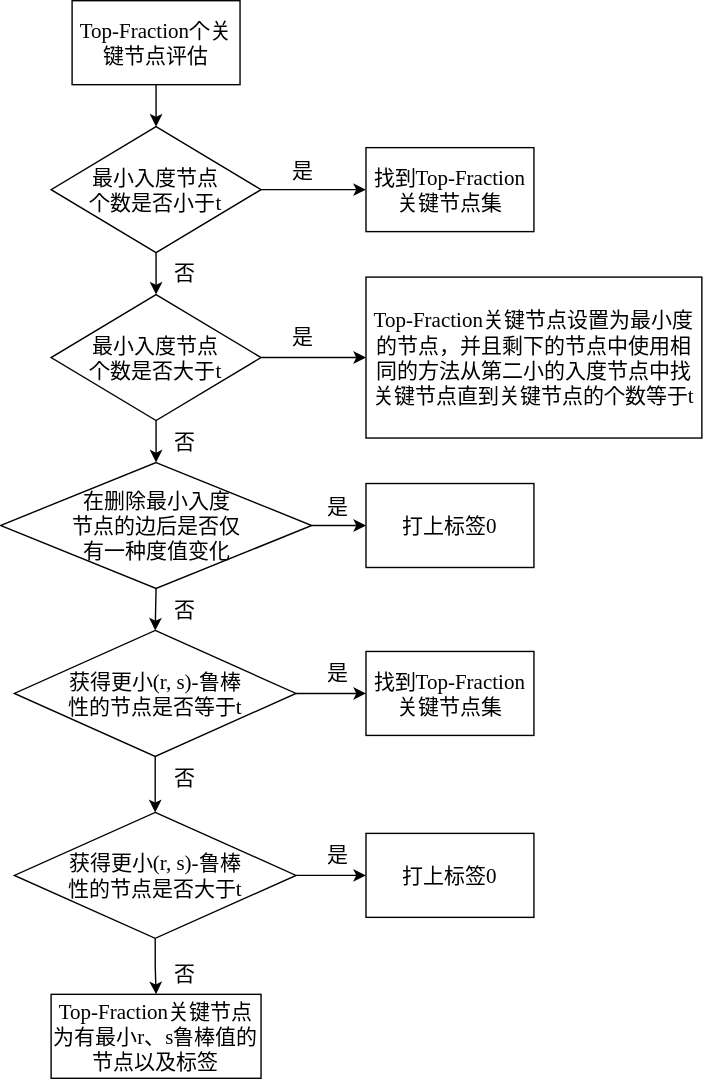
Before: test.drawio.svg, a diagram exported from draw.io (yxrya/paper). Source tidied: cells renumbered, new cells last; positions are measured from the earlier drawing's top-left corner, leaving out a move shared by most shapes.
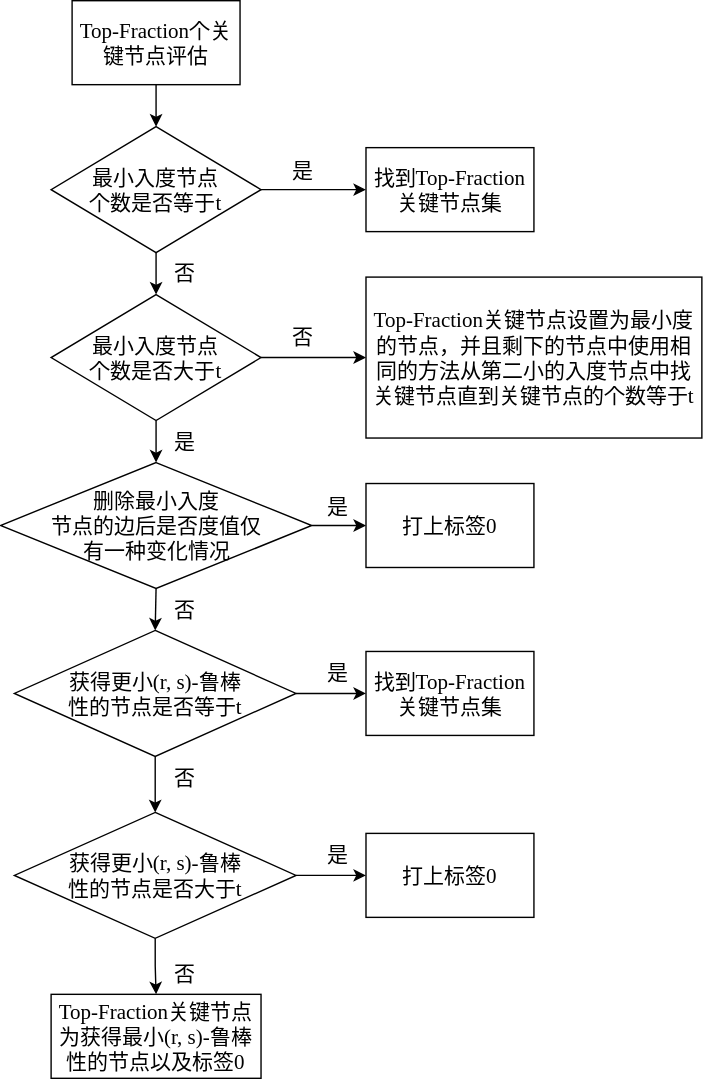
The same file after the commit.

The edit, as a diff of the source:
```diff
@@ -14,7 +14,7 @@
     <mxCell id="5" style="edgeStyle=orthogonalEdgeStyle;rounded=0;jettySize=auto;html=1;exitX=0.5;exitY=1;exitDx=0;exitDy=0;entryX=0.5;entryY=0;entryDx=0;entryDy=0;fontFamily=Times New Roman;fontSize=15;" parent="1" edge="1" source="6" target="11">
       <mxGeometry relative="1" as="geometry" />
     </mxCell>
-    <mxCell id="6" value="最小入度节点&lt;br&gt;个数是否小于t" style="rhombus;whiteSpace=wrap;html=1;fontFamily=Times New Roman;fontSize=15;" parent="1" vertex="1">
+    <mxCell id="6" value="最小入度节点&lt;br&gt;个数是否等于t" style="rhombus;whiteSpace=wrap;html=1;fontFamily=Times New Roman;fontSize=15;" parent="1" vertex="1">
       <mxGeometry x="36" y="90" width="150" height="90" as="geometry" />
     </mxCell>
     <mxCell id="7" value="&lt;font face=&quot;Times New Roman&quot;&gt;&lt;span style=&quot;font-size: 15px;&quot;&gt;找到Top-Fraction关键节点集&lt;/span&gt;&lt;/font&gt;" style="rounded=0;whiteSpace=wrap;html=1;" parent="1" vertex="1">
@@ -43,7 +43,7 @@
     <mxCell id="14" style="edgeStyle=orthogonalEdgeStyle;rounded=0;jettySize=auto;html=1;exitX=0.5;exitY=1;exitDx=0;exitDy=0;entryX=0.5;entryY=0;entryDx=0;entryDy=0;fontFamily=Times New Roman;fontSize=15;" parent="1" edge="1" source="15" target="21">
       <mxGeometry relative="1" as="geometry" />
     </mxCell>
-    <mxCell id="15" value="在删除最小入度&lt;br&gt;节点的边后是否仅&lt;br&gt;有一种度值变化" style="rhombus;whiteSpace=wrap;html=1;fontFamily=Times New Roman;fontSize=15;" parent="1" vertex="1">
+    <mxCell id="15" value="删除最小入度&lt;br&gt;节点的边后是否度值仅&lt;br&gt;有一种变化情况" style="rhombus;whiteSpace=wrap;html=1;fontFamily=Times New Roman;fontSize=15;" parent="1" vertex="1">
       <mxGeometry x="-0.2" y="330" width="222.5" height="90" as="geometry" />
     </mxCell>
     <mxCell id="16" value="是" style="text;html=1;strokeColor=none;fillColor=none;align=center;verticalAlign=middle;whiteSpace=wrap;rounded=0;fontFamily=Times New Roman;fontSize=15;" parent="1" vertex="1">
@@ -52,7 +52,7 @@
     <mxCell id="17" value="&lt;font face=&quot;Times New Roman&quot;&gt;&lt;span style=&quot;font-size: 15px;&quot;&gt;Top-Fraction关键节点设置为最小度的节点，并且剩下的节点中使用相同的方法从第二小的入度节点中找关键节点直到关键节点的个数等于t&lt;/span&gt;&lt;/font&gt;" style="rounded=0;whiteSpace=wrap;html=1;" parent="1" vertex="1">
       <mxGeometry x="261" y="197.5" width="240" height="115" as="geometry" />
     </mxCell>
-    <mxCell id="18" value="是" style="text;html=1;strokeColor=none;fillColor=none;align=center;verticalAlign=middle;whiteSpace=wrap;rounded=0;fontFamily=Times New Roman;fontSize=15;" parent="1" vertex="1">
+    <mxCell id="18" value="否" style="text;html=1;strokeColor=none;fillColor=none;align=center;verticalAlign=middle;whiteSpace=wrap;rounded=0;fontFamily=Times New Roman;fontSize=15;" parent="1" vertex="1">
       <mxGeometry x="186" y="225" width="60" height="30" as="geometry" />
     </mxCell>
     <mxCell id="19" style="edgeStyle=orthogonalEdgeStyle;rounded=0;jettySize=auto;html=1;exitX=1;exitY=0.5;exitDx=0;exitDy=0;fontFamily=Times New Roman;fontSize=15;" parent="1" edge="1" source="21">
@@ -69,7 +69,7 @@
     <mxCell id="22" value="是" style="text;html=1;strokeColor=none;fillColor=none;align=center;verticalAlign=middle;whiteSpace=wrap;rounded=0;fontFamily=Times New Roman;fontSize=15;" parent="1" vertex="1">
       <mxGeometry x="211" y="465" width="60" height="30" as="geometry" />
     </mxCell>
-    <mxCell id="23" value="否" style="text;html=1;strokeColor=none;fillColor=none;align=center;verticalAlign=middle;whiteSpace=wrap;rounded=0;fontFamily=Times New Roman;fontSize=15;" parent="1" vertex="1">
+    <mxCell id="23" value="是" style="text;html=1;strokeColor=none;fillColor=none;align=center;verticalAlign=middle;whiteSpace=wrap;rounded=0;fontFamily=Times New Roman;fontSize=15;" parent="1" vertex="1">
       <mxGeometry x="102" y="300" width="60" height="30" as="geometry" />
     </mxCell>
     <mxCell id="24" value="否" style="text;html=1;strokeColor=none;fillColor=none;align=center;verticalAlign=middle;whiteSpace=wrap;rounded=0;fontFamily=Times New Roman;fontSize=15;" parent="1" vertex="1">
@@ -99,7 +99,7 @@
     <mxCell id="32" value="&lt;font face=&quot;Times New Roman&quot;&gt;&lt;span style=&quot;font-size: 15px;&quot;&gt;打上标签0&lt;/span&gt;&lt;/font&gt;" style="rounded=0;whiteSpace=wrap;html=1;" parent="1" vertex="1">
       <mxGeometry x="261" y="345" width="120" height="60" as="geometry" />
     </mxCell>
-    <mxCell id="33" value="&lt;font face=&quot;Times New Roman&quot;&gt;&lt;span style=&quot;font-size: 15px;&quot;&gt;Top-Fraction关键节点为有最小r、s鲁棒值的节点以及标签&lt;/span&gt;&lt;/font&gt;" style="rounded=0;whiteSpace=wrap;html=1;" parent="1" vertex="1">
+    <mxCell id="33" value="&lt;font face=&quot;Times New Roman&quot;&gt;&lt;span style=&quot;font-size: 15px;&quot;&gt;Top-Fraction关键节点为获得最小(r, s)-鲁棒性的节点以及标签0&lt;/span&gt;&lt;/font&gt;" style="rounded=0;whiteSpace=wrap;html=1;" parent="1" vertex="1">
       <mxGeometry x="36" y="710" width="150" height="60" as="geometry" />
     </mxCell>
     <mxCell id="34" value="否" style="text;html=1;strokeColor=none;fillColor=none;align=center;verticalAlign=middle;whiteSpace=wrap;rounded=0;fontFamily=Times New Roman;fontSize=15;" parent="1" vertex="1">
```
